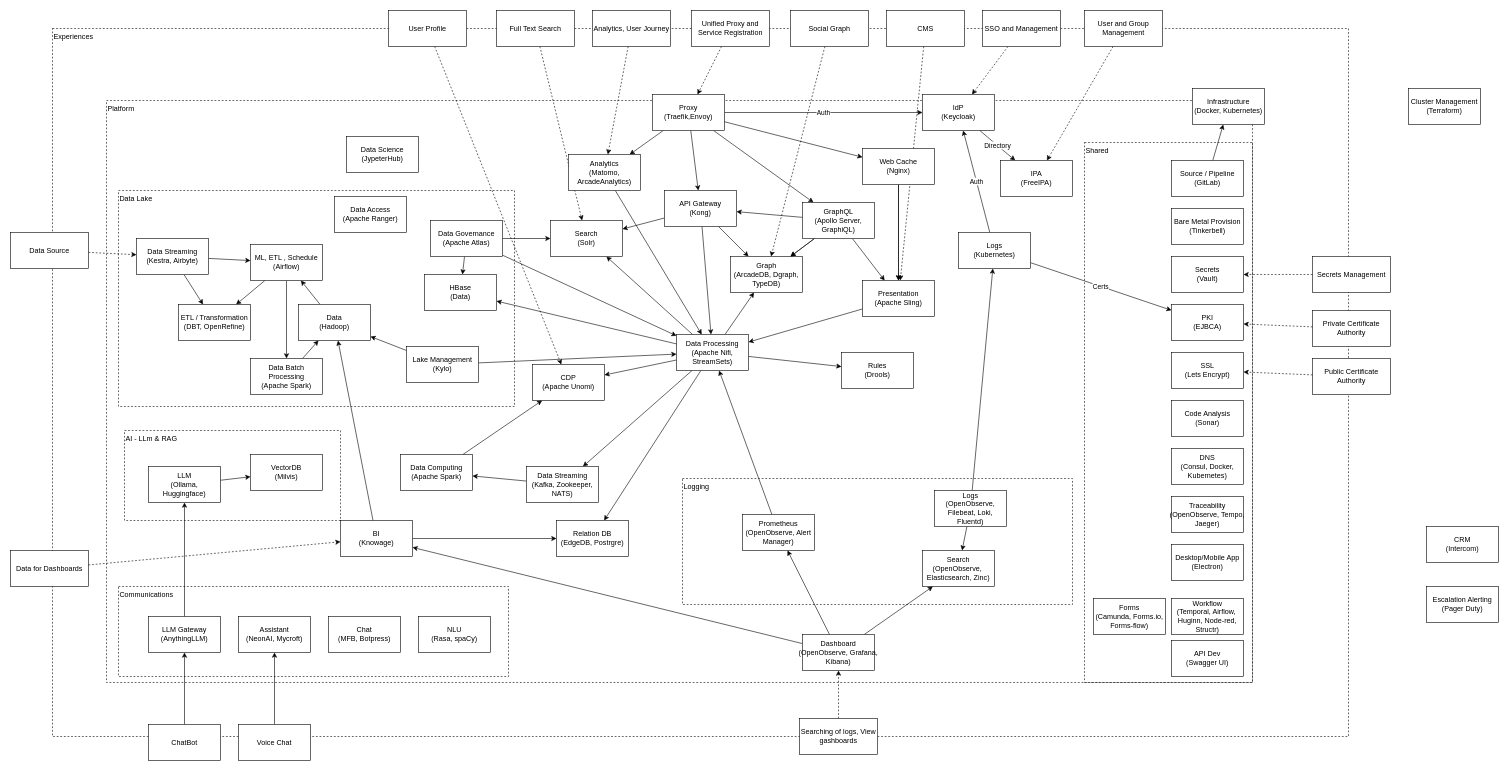
This is page "Services" (1 of 3) of _gxp/diagrams/GXP-Architecture.drawio from governance-foundation/governance.foundation, a draw.io file, before an edit. Source tidied: cells renumbered, new cells numbered last; positions are measured from the earlier drawing's top-left corner, leaving out a move shared by most shapes. Both pictures are drawn from the tidied source at 60%, with x=0, y=0 at pixel (10, 10).
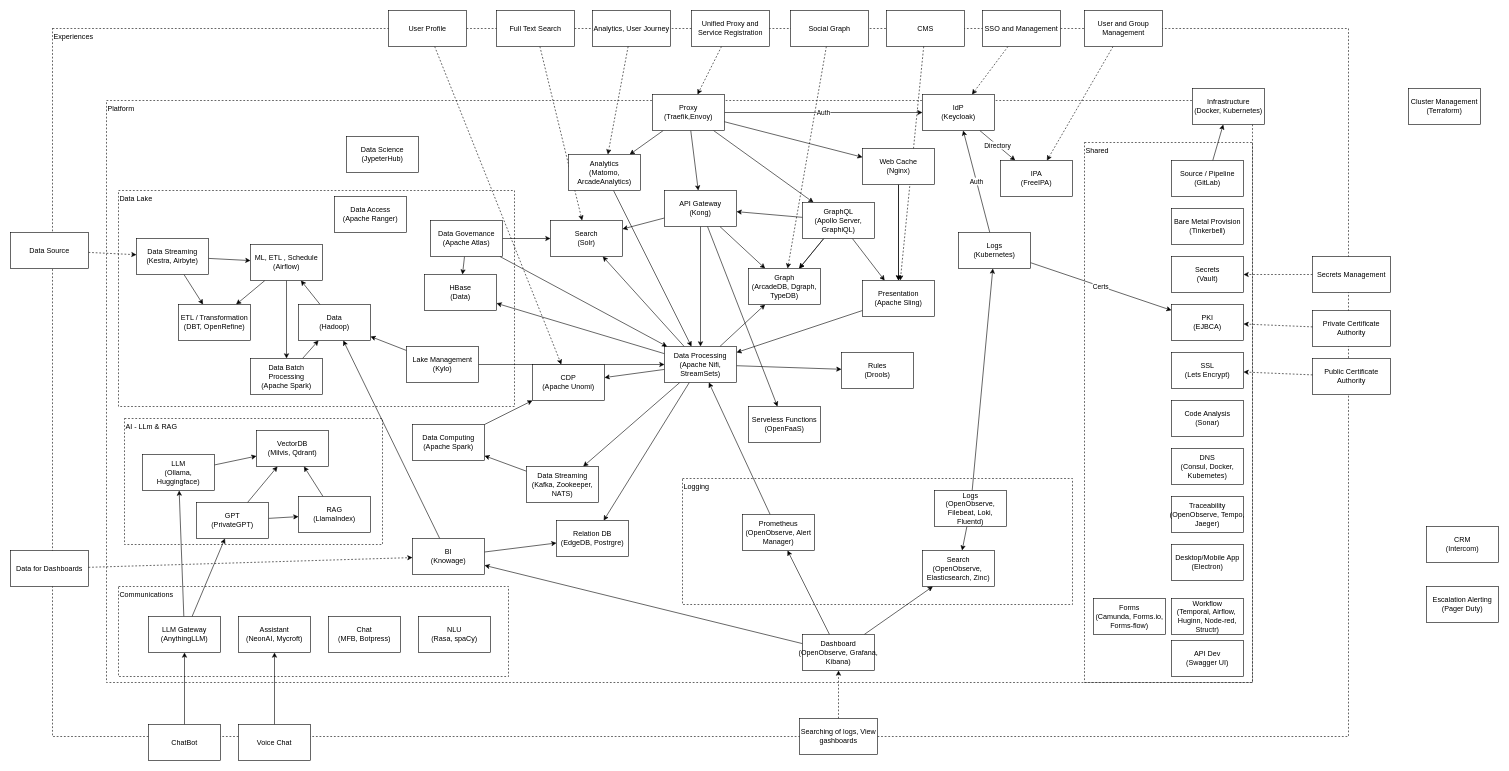
The same diagram, later.

Commit message:
add gpt, rag and serveless.

The change refers to these unchanged cells:
```xml
<mxCell id="89" value="&lt;div&gt;API Gateway&lt;/div&gt;&lt;div&gt;(Kong)&lt;/div&gt;" style="rounded=0;whiteSpace=wrap;html=1;" parent="33" vertex="1">
  <mxGeometry x="1090" y="300" width="120" height="60" as="geometry" />
</mxCell>
<mxCell id="140" value="LLM Gateway&lt;div&gt;(AnythingLLM)&lt;/div&gt;" style="rounded=0;whiteSpace=wrap;html=1;" parent="33" vertex="1">
  <mxGeometry x="230" y="1010" width="120" height="60" as="geometry" />
</mxCell>
```

Change to the diagram source:
```diff
@@
     <mxCell id="35" value="AI - LLm &amp;amp; RAG" style="rounded=0;whiteSpace=wrap;html=1;fillColor=none;dashed=1;verticalAlign=top;align=left;" parent="33" vertex="1">
-      <mxGeometry x="190" y="700" width="360" height="150" as="geometry" />
+      <mxGeometry x="190" y="680" width="430" height="210" as="geometry" />
     </mxCell>
@@
     <mxCell id="50" value="Data Processing&lt;br&gt;(Apache Nifi, StreamSets)" style="rounded=0;whiteSpace=wrap;html=1;" parent="33" vertex="1">
-      <mxGeometry x="1110" y="540" width="120" height="60" as="geometry" />
+      <mxGeometry x="1090" y="560" width="120" height="60" as="geometry" />
     </mxCell>
@@
     <mxCell id="53" value="Graph&lt;br&gt;(ArcadeDB,&amp;nbsp;Dgraph, TypeDB)" style="rounded=0;whiteSpace=wrap;html=1;" parent="33" vertex="1">
-      <mxGeometry x="1200" y="410" width="120" height="60" as="geometry" />
+      <mxGeometry x="1230" y="430" width="120" height="60" as="geometry" />
     </mxCell>
@@
     <mxCell id="86" value="&lt;div&gt;BI&lt;/div&gt;&lt;div&gt;(Knowage)&lt;/div&gt;" style="rounded=0;whiteSpace=wrap;html=1;" parent="33" vertex="1">
-      <mxGeometry x="550" y="850" width="120" height="60" as="geometry" />
+      <mxGeometry x="670" y="880" width="120" height="60" as="geometry" />
     </mxCell>
@@
+    <mxCell id="146" style="rounded=0;jettySize=auto;html=1;" parent="33" edge="1" source="89" target="148">
+      <mxGeometry relative="1" as="geometry" />
+    </mxCell>
@@
     <mxCell id="112" value="&lt;div&gt;Data Computing&lt;/div&gt;&lt;div&gt;(Apache Spark)&lt;/div&gt;" style="rounded=0;whiteSpace=wrap;html=1;" parent="33" vertex="1">
-      <mxGeometry x="650" y="740" width="120" height="60" as="geometry" />
+      <mxGeometry x="670" y="690" width="120" height="60" as="geometry" />
     </mxCell>
@@
+    <mxCell id="147" style="rounded=0;jettySize=auto;html=1;" parent="33" edge="1" source="140" target="151">
+      <mxGeometry relative="1" as="geometry" />
+    </mxCell>
@@
-    <mxCell id="141" value="VectorDB&lt;div&gt;(Milvis)&lt;/div&gt;" style="rounded=0;whiteSpace=wrap;html=1;" parent="33" vertex="1">
-      <mxGeometry x="400" y="740" width="120" height="60" as="geometry" />
+    <mxCell id="141" value="VectorDB&lt;div&gt;(Milvis, Qdrant)&lt;/div&gt;" style="rounded=0;whiteSpace=wrap;html=1;" parent="33" vertex="1">
+      <mxGeometry x="410" y="700" width="120" height="60" as="geometry" />
     </mxCell>
@@
     <mxCell id="143" value="LLM&lt;div&gt;(Ollama, Huggingface)&lt;/div&gt;" style="rounded=0;whiteSpace=wrap;html=1;" parent="33" vertex="1">
-      <mxGeometry x="230" y="760" width="120" height="60" as="geometry" />
+      <mxGeometry x="220" y="740" width="120" height="60" as="geometry" />
     </mxCell>
@@
+    <mxCell id="148" value="Serveless Functions&lt;div&gt;(OpenFaaS)&lt;/div&gt;" style="rounded=0;whiteSpace=wrap;html=1;" parent="33" vertex="1">
+      <mxGeometry x="1230" y="660" width="120" height="60" as="geometry" />
+    </mxCell>
+    <mxCell id="149" style="rounded=0;jettySize=auto;html=1;" parent="33" edge="1" source="151" target="141">
+      <mxGeometry relative="1" as="geometry" />
+    </mxCell>
+    <mxCell id="150" style="rounded=0;jettySize=auto;html=1;" parent="33" edge="1" source="151" target="153">
+      <mxGeometry relative="1" as="geometry" />
+    </mxCell>
+    <mxCell id="151" value="GPT&lt;div&gt;(PrivateGPT)&lt;/div&gt;" style="rounded=0;whiteSpace=wrap;html=1;" parent="33" vertex="1">
+      <mxGeometry x="310" y="820" width="120" height="60" as="geometry" />
+    </mxCell>
+    <mxCell id="152" style="rounded=0;jettySize=auto;html=1;" parent="33" edge="1" source="153" target="141">
+      <mxGeometry relative="1" as="geometry" />
+    </mxCell>
+    <mxCell id="153" value="RAG&lt;div&gt;(LlamaIndex)&lt;/div&gt;" style="rounded=0;whiteSpace=wrap;html=1;" parent="33" vertex="1">
+      <mxGeometry x="480" y="810" width="120" height="60" as="geometry" />
+    </mxCell>
```
